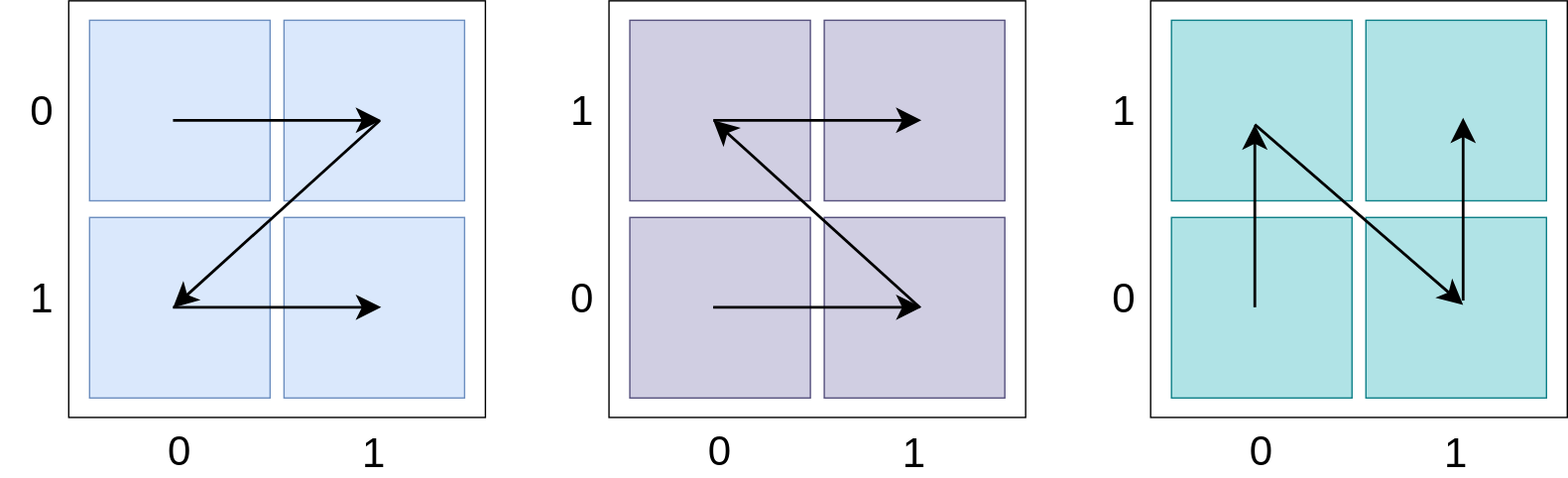
addu390/addu390.github.io keeps this draw.io diagram as assets/posts/spatial-index/z-order-types.svg. Above is the earlier version. Source tidied: cells renumbered, new cells last; positions are measured from the earlier drawing's top-left corner, leaving out a move shared by most shapes.
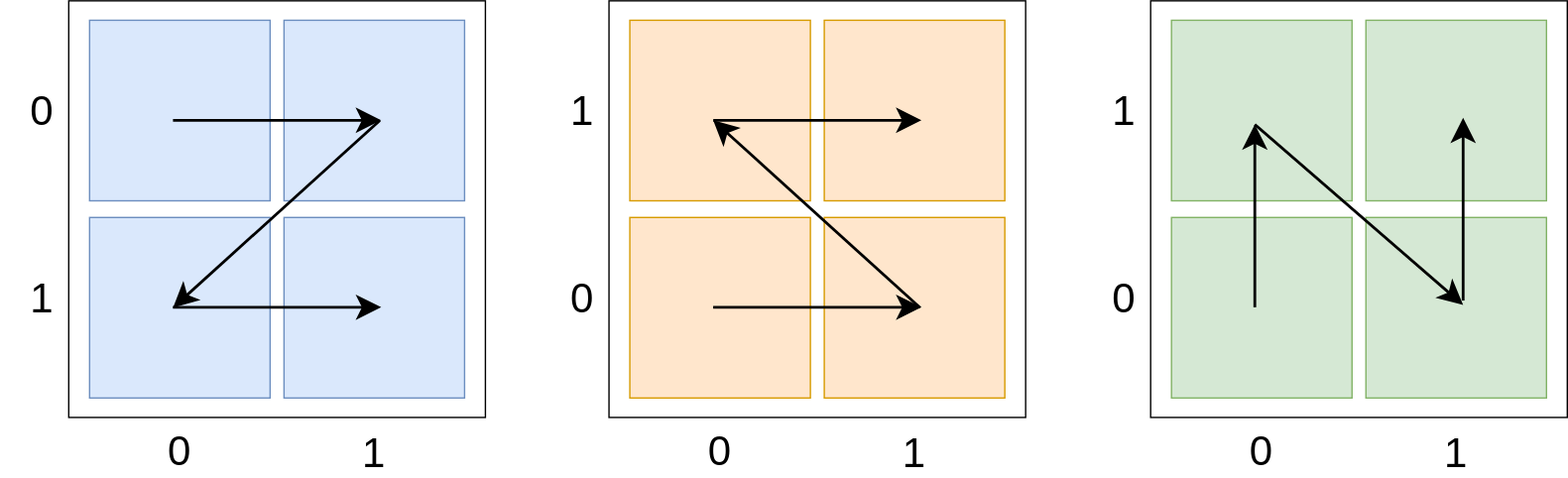
Above is the later version.

Change to the diagram source:
```diff
@@ -46,16 +46,16 @@
     <mxCell id="14" style="rounded=0;whiteSpace=wrap;html=1;fillColor=none;" parent="1" vertex="1">
       <mxGeometry x="438" width="300" height="300" as="geometry" />
     </mxCell>
-    <mxCell id="15" style="rounded=0;whiteSpace=wrap;html=1;fillColor=#d0cee2;strokeColor=#56517e;" parent="1" vertex="1">
+    <mxCell id="15" style="rounded=0;whiteSpace=wrap;html=1;fillColor=#ffe6cc;strokeColor=#d79b00;" parent="1" vertex="1">
       <mxGeometry x="453" y="14" width="130" height="130" as="geometry" />
     </mxCell>
-    <mxCell id="16" style="rounded=0;whiteSpace=wrap;html=1;fillColor=#d0cee2;strokeColor=#56517e;" parent="1" vertex="1">
+    <mxCell id="16" style="rounded=0;whiteSpace=wrap;html=1;fillColor=#ffe6cc;strokeColor=#d79b00;" parent="1" vertex="1">
       <mxGeometry x="453" y="156" width="130" height="130" as="geometry" />
     </mxCell>
-    <mxCell id="17" style="rounded=0;whiteSpace=wrap;html=1;fillColor=#d0cee2;strokeColor=#56517e;" parent="1" vertex="1">
+    <mxCell id="17" style="rounded=0;whiteSpace=wrap;html=1;fillColor=#ffe6cc;strokeColor=#d79b00;" parent="1" vertex="1">
       <mxGeometry x="593" y="156" width="130" height="130" as="geometry" />
     </mxCell>
-    <mxCell id="18" style="rounded=0;whiteSpace=wrap;html=1;fillColor=#d0cee2;strokeColor=#56517e;" parent="1" vertex="1">
+    <mxCell id="18" style="rounded=0;whiteSpace=wrap;html=1;fillColor=#ffe6cc;strokeColor=#d79b00;" parent="1" vertex="1">
       <mxGeometry x="593" y="14" width="130" height="130" as="geometry" />
     </mxCell>
     <mxCell id="19" style="endArrow=classic;html=1;rounded=0;exitX=0.462;exitY=0.554;exitDx=0;exitDy=0;exitPerimeter=0;entryX=0.538;entryY=0.554;entryDx=0;entryDy=0;entryPerimeter=0;endSize=12;startSize=12;endFill=1;startArrow=none;startFill=0;strokeWidth=2;" parent="1" edge="1" source="15" target="18">
@@ -88,16 +88,16 @@
     <mxCell id="26" style="rounded=0;whiteSpace=wrap;html=1;fillColor=none;" parent="1" vertex="1">
       <mxGeometry x="828" width="300" height="300" as="geometry" />
     </mxCell>
-    <mxCell id="27" style="rounded=0;whiteSpace=wrap;html=1;fillColor=#b0e3e6;strokeColor=#0e8088;" parent="1" vertex="1">
+    <mxCell id="27" style="rounded=0;whiteSpace=wrap;html=1;fillColor=#d5e8d4;strokeColor=#82b366;" parent="1" vertex="1">
       <mxGeometry x="843" y="14" width="130" height="130" as="geometry" />
     </mxCell>
-    <mxCell id="28" style="rounded=0;whiteSpace=wrap;html=1;fillColor=#b0e3e6;strokeColor=#0e8088;" parent="1" vertex="1">
+    <mxCell id="28" style="rounded=0;whiteSpace=wrap;html=1;fillColor=#d5e8d4;strokeColor=#82b366;" parent="1" vertex="1">
       <mxGeometry x="843" y="156" width="130" height="130" as="geometry" />
     </mxCell>
-    <mxCell id="29" style="rounded=0;whiteSpace=wrap;html=1;fillColor=#b0e3e6;strokeColor=#0e8088;" parent="1" vertex="1">
+    <mxCell id="29" style="rounded=0;whiteSpace=wrap;html=1;fillColor=#d5e8d4;strokeColor=#82b366;" parent="1" vertex="1">
       <mxGeometry x="983" y="156" width="130" height="130" as="geometry" />
     </mxCell>
-    <mxCell id="30" style="rounded=0;whiteSpace=wrap;html=1;fillColor=#b0e3e6;strokeColor=#0e8088;" parent="1" vertex="1">
+    <mxCell id="30" style="rounded=0;whiteSpace=wrap;html=1;fillColor=#d5e8d4;strokeColor=#82b366;" parent="1" vertex="1">
       <mxGeometry x="983" y="14" width="130" height="130" as="geometry" />
     </mxCell>
     <mxCell id="31" style="endArrow=classic;html=1;rounded=0;endSize=12;startSize=12;strokeWidth=2;" parent="1" edge="1">
```
